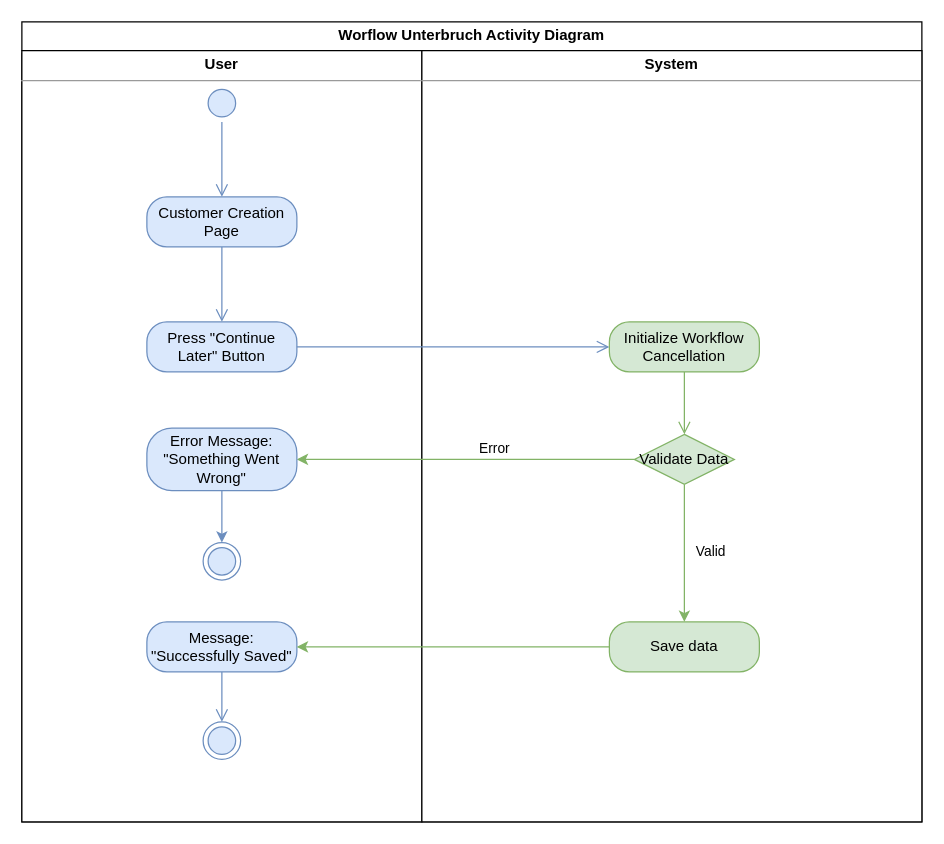
Draxx7236/IPA-2024 keeps this draw.io diagram as IPA/Diagramme/Source/Workflow_Unterbruch_Aktivitätsdiagramm.drawio. Above is the earlier version. Source tidied: cells renumbered, new cells numbered last; positions are measured from the earlier drawing's top-left corner, leaving out a move shared by most shapes. Both pictures are drawn from the tidied source at 125%, with x=0, y=0 at pixel (21, 21).
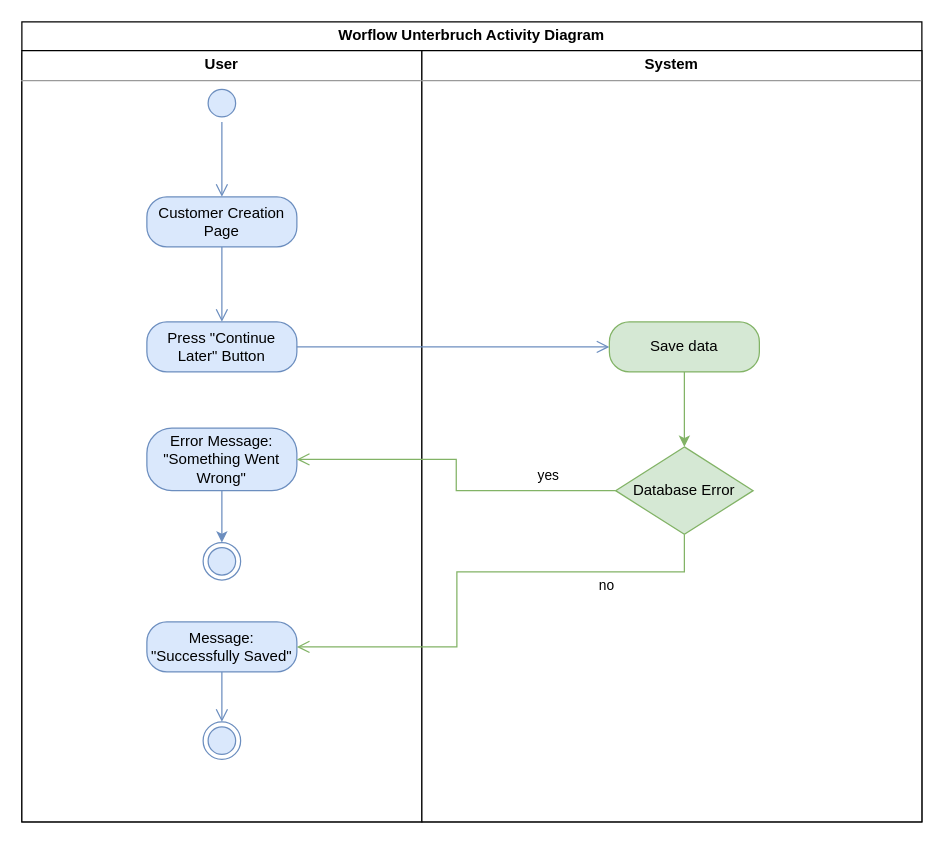
Above is the later version.

Unchanged cells that the change refers to:
```xml
<mxCell id="9" value="Press &quot;Continue Later&quot; Button" style="rounded=1;whiteSpace=wrap;html=1;arcSize=40;fillColor=#dae8fc;strokeColor=#6c8ebf;" parent="1" vertex="1">
  <mxGeometry x="100" y="240" width="120" height="40" as="geometry" />
</mxCell>
<mxCell id="13" value="Message: &quot;Successfully Saved&quot;" style="rounded=1;whiteSpace=wrap;html=1;arcSize=40;fillColor=#dae8fc;strokeColor=#6c8ebf;" parent="1" vertex="1">
  <mxGeometry x="100" y="480" width="120" height="40" as="geometry" />
</mxCell>
<mxCell id="25" value="Error Message: &quot;Something Went Wrong&quot;" style="rounded=1;whiteSpace=wrap;html=1;arcSize=40;fillColor=#dae8fc;strokeColor=#6c8ebf;" parent="1" vertex="1">
  <mxGeometry x="100" y="325" width="120" height="50" as="geometry" />
</mxCell>
```

What changed in the source:
```diff
@@
-    <mxCell id="10" style="edgeStyle=orthogonalEdgeStyle;html=1;verticalAlign=bottom;endArrow=open;endSize=8;strokeColor=#6c8ebf;rounded=0;entryX=0;entryY=0.5;entryDx=0;entryDy=0;fillColor=#dae8fc;" parent="1" edge="1" source="9" target="12">
-      <mxGeometry relative="1" as="geometry" />
+    <mxCell id="10" style="edgeStyle=orthogonalEdgeStyle;html=1;verticalAlign=bottom;endArrow=open;endSize=8;strokeColor=#6c8ebf;rounded=0;entryX=0;entryY=0.5;entryDx=0;entryDy=0;fillColor=#dae8fc;" parent="1" edge="1" source="9">
+      <mxGeometry relative="1" as="geometry">
+        <mxPoint x="470" y="260" as="targetPoint" />
+      </mxGeometry>
     </mxCell>
@@
-    <mxCell id="12" value="Initialize Workflow Cancellation" style="rounded=1;whiteSpace=wrap;html=1;arcSize=40;fillColor=#d5e8d4;strokeColor=#82b366;" parent="1" vertex="1">
-      <mxGeometry x="470" y="240" width="120" height="40" as="geometry" />
-    </mxCell>
@@
-    <mxCell id="16" style="edgeStyle=orthogonalEdgeStyle;rounded=0;jettySize=auto;html=1;entryX=1;entryY=0.5;entryDx=0;entryDy=0;fillColor=#d5e8d4;strokeColor=#82b366;" parent="1" edge="1" source="17" target="13">
-      <mxGeometry relative="1" as="geometry" />
-    </mxCell>
+    <mxCell id="26" style="edgeStyle=orthogonalEdgeStyle;rounded=0;jettySize=auto;html=1;entryX=0.5;entryY=0;entryDx=0;entryDy=0;fillColor=#d5e8d4;strokeColor=#82b366;" parent="1" edge="1" source="17" target="27">
+      <mxGeometry relative="1" as="geometry" />
+    </mxCell>
     <mxCell id="17" value="Save data" style="rounded=1;whiteSpace=wrap;html=1;arcSize=40;fillColor=#d5e8d4;strokeColor=#82b366;" parent="1" vertex="1">
-      <mxGeometry x="470" y="480" width="120" height="40" as="geometry" />
+      <mxGeometry x="470" y="240" width="120" height="40" as="geometry" />
     </mxCell>
-    <mxCell id="18" style="edgeStyle=orthogonalEdgeStyle;html=1;verticalAlign=bottom;endArrow=open;endSize=8;strokeColor=#82b366;rounded=0;fillColor=#d5e8d4;" parent="1" edge="1" source="12" target="23">
-      <mxGeometry relative="1" as="geometry" />
-    </mxCell>
-    <mxCell id="19" style="edgeStyle=orthogonalEdgeStyle;rounded=0;jettySize=auto;html=1;entryX=1;entryY=0.5;entryDx=0;entryDy=0;fillColor=#d5e8d4;strokeColor=#82b366;" parent="1" edge="1" source="23" target="25">
-      <mxGeometry relative="1" as="geometry" />
-    </mxCell>
-    <mxCell id="20" value="Error" style="edgeLabel;html=1;align=center;verticalAlign=middle;" parent="19" vertex="1">
-      <mxGeometry x="-0.16" y="-1" relative="1" as="geometry">
-        <mxPoint y="-9" as="offset" />
-      </mxGeometry>
-    </mxCell>
-    <mxCell id="21" style="edgeStyle=orthogonalEdgeStyle;rounded=0;jettySize=auto;html=1;fillColor=#d5e8d4;strokeColor=#82b366;" parent="1" edge="1" source="23" target="17">
-      <mxGeometry relative="1" as="geometry" />
-    </mxCell>
-    <mxCell id="22" value="Valid" style="edgeLabel;html=1;align=center;verticalAlign=middle;" parent="21" vertex="1">
-      <mxGeometry x="-0.03" y="4" relative="1" as="geometry">
-        <mxPoint x="16" as="offset" />
-      </mxGeometry>
-    </mxCell>
-    <mxCell id="23" value="Validate Data" style="rhombus;whiteSpace=wrap;html=1;fillColor=#d5e8d4;strokeColor=#82b366;" parent="1" vertex="1">
-      <mxGeometry x="490" y="330" width="80" height="40" as="geometry" />
-    </mxCell>
@@
+    <mxCell id="27" value="Database Error" style="rhombus;whiteSpace=wrap;html=1;fillColor=#d5e8d4;strokeColor=#82b366;" parent="1" vertex="1">
+      <mxGeometry x="475" y="340" width="110" height="70" as="geometry" />
+    </mxCell>
+    <mxCell id="28" value="no" style="edgeStyle=orthogonalEdgeStyle;html=1;align=left;verticalAlign=bottom;endArrow=open;endSize=8;strokeColor=#82b366;rounded=0;entryX=1;entryY=0.5;entryDx=0;entryDy=0;fillColor=#d5e8d4;" parent="1" edge="1" source="27" target="13">
+      <mxGeometry x="-0.5" y="20" relative="1" as="geometry">
+        <Array as="points">
+          <mxPoint x="530" y="440" />
+          <mxPoint x="348" y="440" />
+          <mxPoint x="348" y="500" />
+        </Array>
+      </mxGeometry>
+    </mxCell>
+    <mxCell id="29" value="yes" style="edgeStyle=orthogonalEdgeStyle;html=1;align=left;verticalAlign=top;endArrow=open;endSize=8;strokeColor=#82b366;rounded=0;entryX=1;entryY=0.5;entryDx=0;entryDy=0;fillColor=#d5e8d4;" parent="1" edge="1" source="27" target="25">
+      <mxGeometry x="-0.54" y="-25" relative="1" as="geometry" />
+    </mxCell>
```
